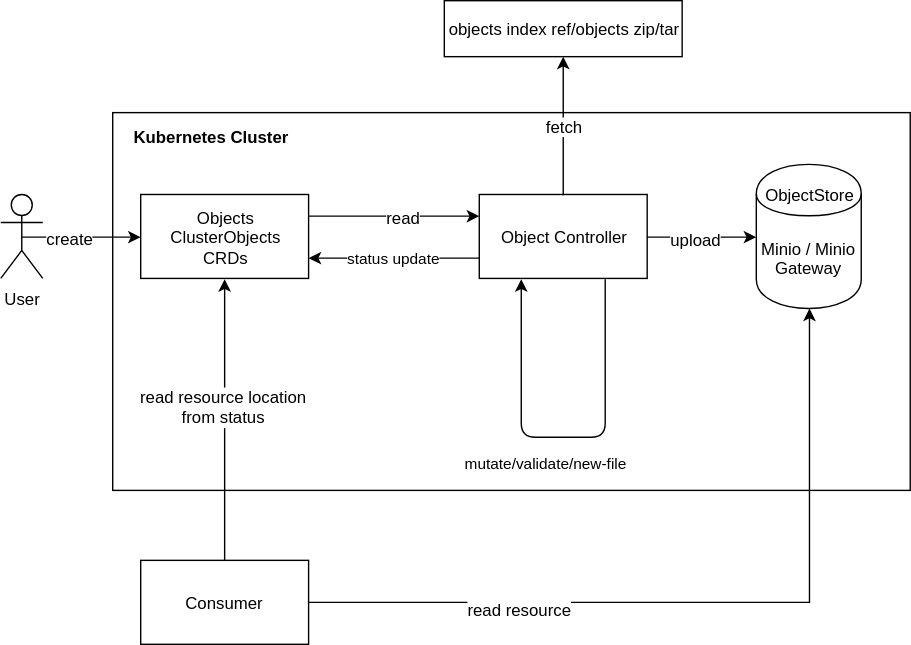
kyma-project/community keeps this draw.io diagram as sig-and-wg/sig-core/proposals/assets/storage.svg. Above is the earlier version. Source tidied: cells renumbered, new cells last; positions are measured from the earlier drawing's top-left corner, leaving out a move shared by most shapes.
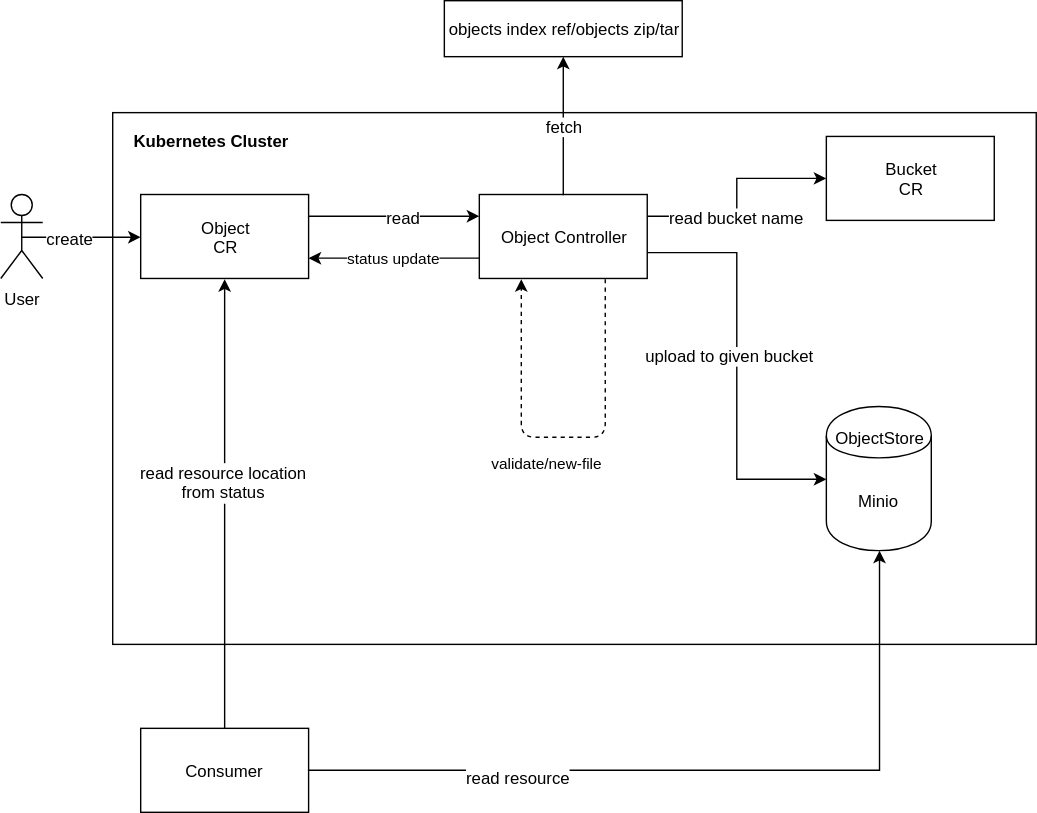
Later version of the same file.

Change to the diagram source:
```diff
@@ -3,17 +3,22 @@
     <mxCell id="0" />
     <mxCell id="1" parent="0" />
     <mxCell id="2" style="rounded=0;whiteSpace=wrap;html=1;fontColor=#000000;" parent="1" vertex="1">
-      <mxGeometry x="80" y="80" width="570" height="270" as="geometry" />
+      <mxGeometry x="80" y="80" width="660" height="380" as="geometry" />
     </mxCell>
-    <mxCell id="3" value="Minio / Minio Gateway&lt;br&gt;" style="shape=cylinder;whiteSpace=wrap;html=1;boundedLbl=1;backgroundOutline=1;fillColor=none;" parent="1" vertex="1">
-      <mxGeometry x="540" y="117" width="75" height="103" as="geometry" />
+    <mxCell id="3" value="Minio&lt;br&gt;" style="shape=cylinder;whiteSpace=wrap;html=1;boundedLbl=1;backgroundOutline=1;fillColor=none;" parent="1" vertex="1">
+      <mxGeometry x="590" y="290" width="75" height="103" as="geometry" />
     </mxCell>
     <mxCell id="4" style="edgeStyle=orthogonalEdgeStyle;rounded=0;html=1;jettySize=auto;entryX=0;entryY=0.5;" parent="1" edge="1" source="9" target="3">
-      <mxGeometry relative="1" as="geometry" />
+      <mxGeometry relative="1" as="geometry">
+        <Array as="points">
+          <mxPoint x="526" y="180" />
+          <mxPoint x="526" y="342" />
+        </Array>
+      </mxGeometry>
     </mxCell>
-    <mxCell id="5" value="upload" style="text;html=1;align=center;verticalAlign=middle;labelBackgroundColor=#ffffff;" parent="4" vertex="1">
+    <mxCell id="5" value="upload to given bucket" style="text;html=1;align=center;verticalAlign=middle;labelBackgroundColor=#ffffff;" parent="4" vertex="1">
       <mxGeometry x="0.44" y="-1" relative="1" as="geometry">
-        <mxPoint x="-22" as="offset" />
+        <mxPoint x="-5" y="-72" as="offset" />
       </mxGeometry>
     </mxCell>
     <mxCell id="6" style="edgeStyle=orthogonalEdgeStyle;rounded=0;html=1;exitX=0.5;exitY=0;jettySize=auto;entryX=0.5;entryY=1;" parent="1" edge="1" source="9" target="13">
@@ -27,6 +32,12 @@
     <mxCell id="8" value="status update" style="edgeStyle=orthogonalEdgeStyle;rounded=0;html=1;exitX=0;exitY=0.75;entryX=1;entryY=0.75;jettySize=auto;" parent="1" edge="1" source="9" target="12">
       <mxGeometry relative="1" as="geometry" />
     </mxCell>
+    <mxCell id="25" style="edgeStyle=orthogonalEdgeStyle;rounded=0;html=1;exitX=1;exitY=0.25;jettySize=auto;" parent="1" edge="1" source="9" target="27">
+      <mxGeometry relative="1" as="geometry" />
+    </mxCell>
+    <mxCell id="26" value="read bucket name" style="text;html=1;align=center;verticalAlign=middle;labelBackgroundColor=#ffffff;" parent="25" vertex="1">
+      <mxGeometry x="-0.19" relative="1" as="geometry" />
+    </mxCell>
     <mxCell id="9" value="Object Controller" style="rounded=0;whiteSpace=wrap;html=1;fillColor=none;align=center;" parent="1" vertex="1">
       <mxGeometry x="342" y="138.5" width="120" height="60" as="geometry" />
     </mxCell>
@@ -36,13 +47,13 @@
     <mxCell id="11" value="read" style="text;html=1;align=center;verticalAlign=middle;labelBackgroundColor=#ffffff;" parent="10" vertex="1">
       <mxGeometry x="0.11" relative="1" as="geometry" />
     </mxCell>
-    <mxCell id="12" value="Objects&lt;br&gt;ClusterObjects&lt;br&gt;CRDs&lt;br&gt;" style="rounded=0;whiteSpace=wrap;html=1;fillColor=none;align=center;" parent="1" vertex="1">
+    <mxCell id="12" value="Object&lt;br&gt;CR&lt;br&gt;" style="rounded=0;whiteSpace=wrap;html=1;fillColor=none;align=center;" parent="1" vertex="1">
       <mxGeometry x="100" y="138.5" width="120" height="60" as="geometry" />
     </mxCell>
     <mxCell id="13" value="objects index ref/objects zip/tar&lt;br&gt;" style="rounded=0;whiteSpace=wrap;html=1;fillColor=none;align=center;" parent="1" vertex="1">
       <mxGeometry x="317" width="170" height="40" as="geometry" />
     </mxCell>
-    <mxCell id="14" value="mutate/validate/new-file" style="edgeStyle=orthogonalEdgeStyle;rounded=1;html=1;entryX=0.25;entryY=1;jettySize=auto;orthogonalLoop=1;exitX=0.75;exitY=1;" parent="1" edge="1" source="9" target="9">
+    <mxCell id="14" value="validate/new-file" style="edgeStyle=orthogonalEdgeStyle;rounded=1;html=1;entryX=0.25;entryY=1;jettySize=auto;orthogonalLoop=1;exitX=0.75;exitY=1;dashed=1;" parent="1" edge="1" source="9" target="9">
       <mxGeometry x="0.21" y="-25" relative="1" as="geometry">
         <Array as="points">
           <mxPoint x="432" y="312" />
@@ -61,7 +72,7 @@
       <mxGeometry y="138.5" width="30" height="60" as="geometry" />
     </mxCell>
     <mxCell id="18" value="&lt;div style=&quot;text-align: left&quot;&gt;&lt;b style=&quot;font-family: &amp;#34;helvetica&amp;#34; ; text-align: center ; white-space: normal&quot;&gt;Kubernetes Cluster&lt;/b&gt;&lt;/div&gt;" style="text;html=1;fontColor=#000000;verticalAlign=middle;textDirection=ltr;labelPosition=left;verticalLabelPosition=middle;align=right;whiteSpace=wrap;" parent="1" vertex="1">
-      <mxGeometry x="207" y="77" width="110" height="40" as="geometry" />
+      <mxGeometry x="207" y="80" width="110" height="40" as="geometry" />
     </mxCell>
     <mxCell id="19" style="edgeStyle=orthogonalEdgeStyle;rounded=1;html=1;exitX=0.5;exitY=0;entryX=0.5;entryY=1;jettySize=auto;fontColor=#000000;" parent="1" edge="1" source="23" target="12">
       <mxGeometry relative="1" as="geometry" />
@@ -76,10 +87,13 @@
       <mxGeometry x="-0.47" y="-4" relative="1" as="geometry" />
     </mxCell>
     <mxCell id="23" value="Consumer" style="rounded=0;whiteSpace=wrap;html=1;fontColor=#000000;" parent="1" vertex="1">
-      <mxGeometry x="100" y="400" width="120" height="60" as="geometry" />
+      <mxGeometry x="100" y="520" width="120" height="60" as="geometry" />
     </mxCell>
     <mxCell id="24" value="ObjectStore" style="text;html=1;strokeColor=none;fillColor=none;align=center;verticalAlign=middle;whiteSpace=wrap;rounded=0;dashed=1;fontColor=#000000;" parent="1" vertex="1">
-      <mxGeometry x="540" y="117" width="75" height="43" as="geometry" />
+      <mxGeometry x="590" y="290" width="75" height="43" as="geometry" />
     </mxCell>
+    <mxCell id="27" value="Bucket&lt;br&gt;CR&lt;br&gt;" style="rounded=0;whiteSpace=wrap;html=1;fillColor=none;align=center;" parent="1" vertex="1">
+      <mxGeometry x="590" y="97" width="120" height="60" as="geometry" />
+    </mxCell>
   </root>
 </mxGraphModel>
```
